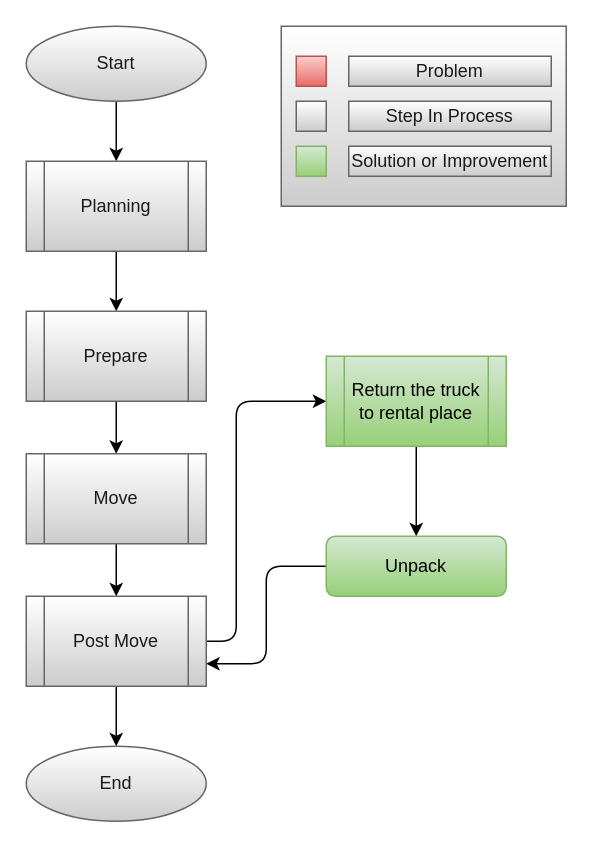
Before: page "Post-Move" (5 of 5) of Documents/flow_diagrams/Solution_Flow.drawio in LP-76/load.in, a draw.io diagram. Source tidied: cells renumbered, new cells numbered last; positions are measured from the earlier drawing's top-left corner, leaving out a move shared by most shapes. Both pictures are drawn from the tidied source at 150%, with x=0, y=0 at pixel (26, 26).
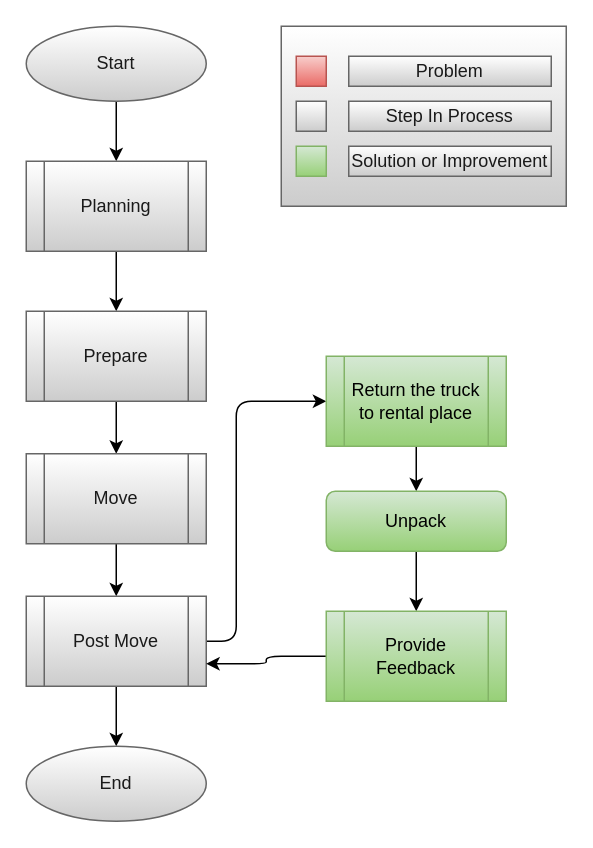
Above is the later version.

The change refers to these unchanged cells:
```xml
<mxCell id="12" value="Post Move" style="shape=process;whiteSpace=wrap;html=1;backgroundOutline=1;fontColor=#1A1A1A;strokeColor=#666666;fillColor=#FFFFFF;gradientColor=#CCCCCC;" parent="1" vertex="1">
  <mxGeometry y="380" width="120" height="60" as="geometry" />
</mxCell>
```

The edit, as a diff of the source:
```diff
@@
-    <mxCell id="16" style="edgeStyle=orthogonalEdgeStyle;curved=0;rounded=1;sketch=0;jettySize=auto;html=1;entryX=1;entryY=0.75;entryDx=0;entryDy=0;fontColor=#1A1A1A;" parent="1" edge="1" source="17" target="12">
+    <mxCell id="16" style="edgeStyle=orthogonalEdgeStyle;curved=0;rounded=1;sketch=0;jettySize=auto;html=1;entryX=1;entryY=0.75;entryDx=0;entryDy=0;fontColor=#1A1A1A;exitX=0;exitY=0.5;exitDx=0;exitDy=0;" parent="1" edge="1" source="27" target="12">
       <mxGeometry relative="1" as="geometry" />
     </mxCell>
+    <mxCell id="26" style="edgeStyle=orthogonalEdgeStyle;rounded=0;jettySize=auto;html=1;" parent="1" edge="1" source="17" target="27">
+      <mxGeometry relative="1" as="geometry" />
+    </mxCell>
     <mxCell id="17" value="Unpack" style="rounded=1;whiteSpace=wrap;html=1;fontSize=12;glass=0;strokeWidth=1;shadow=0;gradientColor=#97d077;fillColor=#d5e8d4;strokeColor=#82b366;" parent="1" vertex="1">
-      <mxGeometry x="200" y="340" width="120" height="40" as="geometry" />
+      <mxGeometry x="200" y="310" width="120" height="40" as="geometry" />
     </mxCell>
@@
+    <mxCell id="27" value="Provide Feedback" style="shape=process;whiteSpace=wrap;html=1;backgroundOutline=1;gradientColor=#97d077;fillColor=#d5e8d4;strokeColor=#82b366;" parent="1" vertex="1">
+      <mxGeometry x="200" y="390" width="120" height="60" as="geometry" />
+    </mxCell>
```
